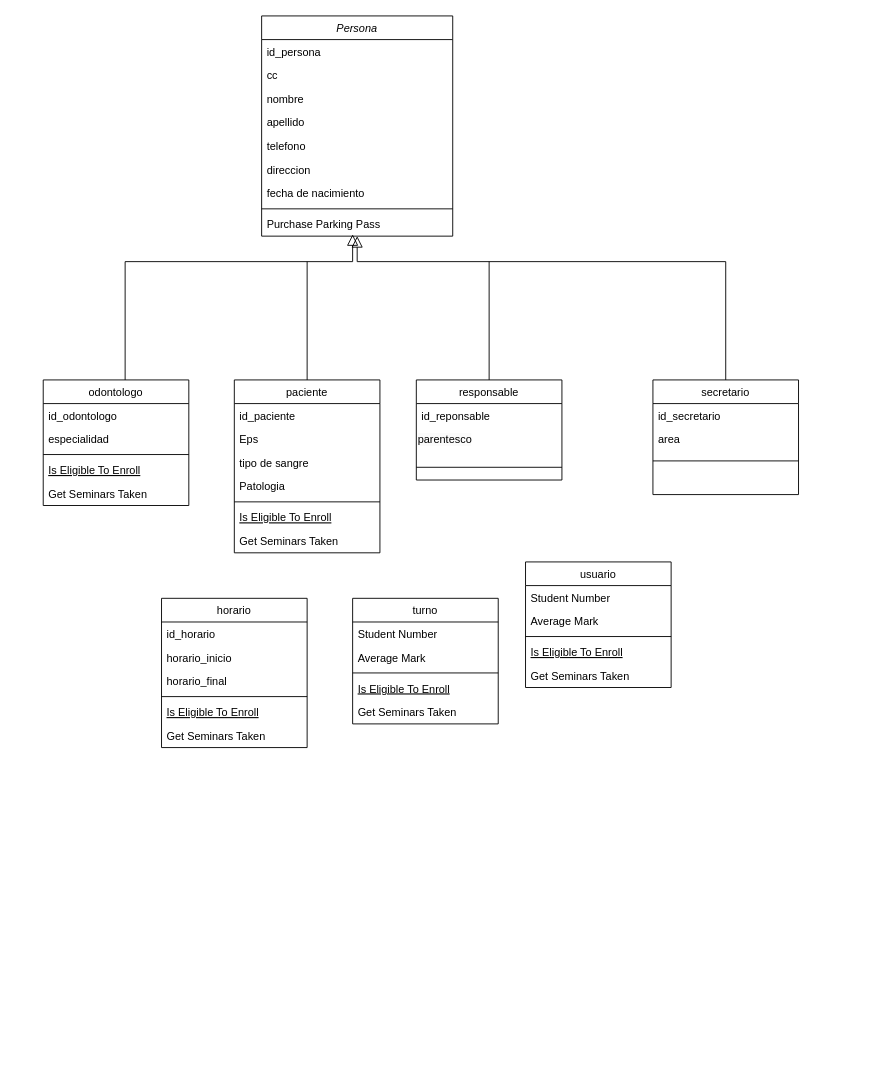
Above: Sistema_odontologia.drawio in JuanC0097/Odontologia (draw.io), before the change. Source tidied: cells renumbered, new cells numbered last; positions are measured from the earlier drawing's top-left corner, leaving out a move shared by most shapes. Both pictures are drawn from the tidied source at 91%, with x=0, y=0 at pixel (43, 15).
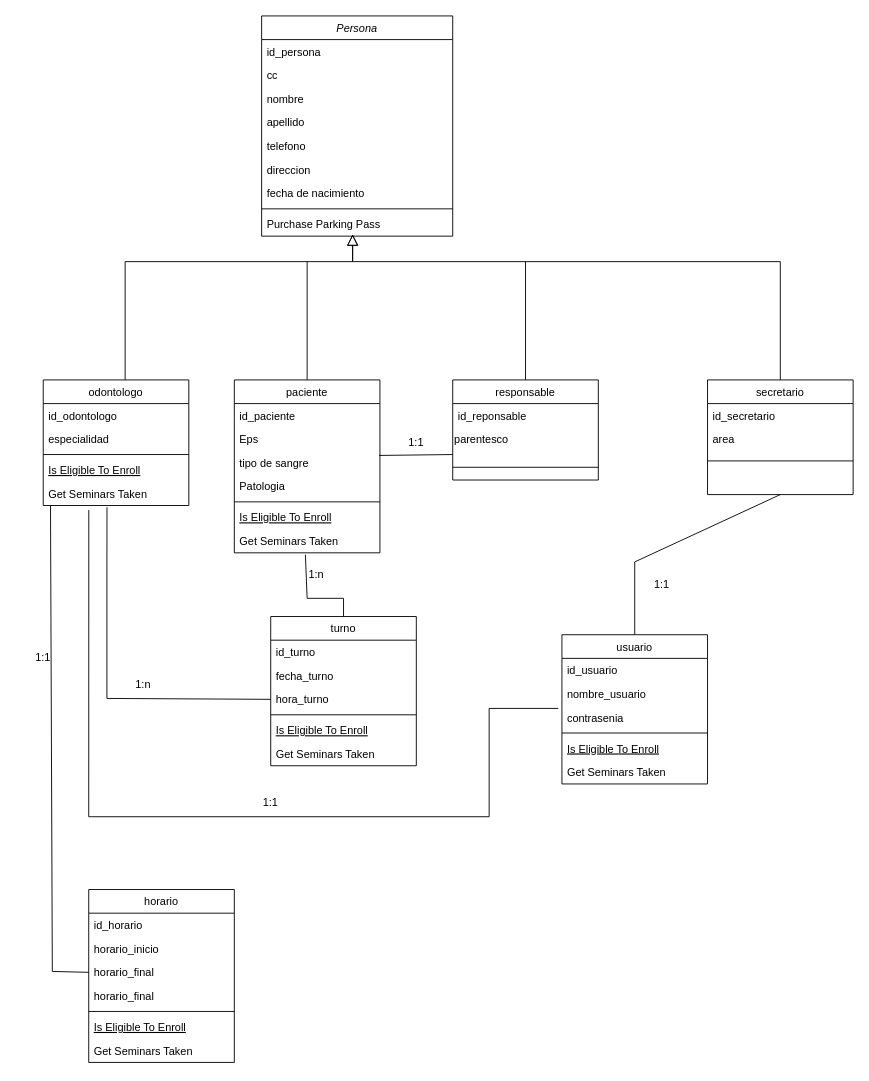
Above is the later version.

Unchanged cells that the change refers to:
```xml
<mxCell id="2" value="Persona" style="swimlane;fontStyle=2;align=center;verticalAlign=top;horizontal=1;startSize=26;rounded=0;shadow=0;strokeWidth=1;" parent="1" vertex="1">
  <mxGeometry x="240" width="210" height="242" as="geometry" />
</mxCell>
<mxCell id="17" value="Get Seminars Taken" style="text;align=left;verticalAlign=top;spacingLeft=4;spacingRight=4;overflow=hidden;points=[[0,0.5],[1,0.5]];portConstraint=eastwest;" parent="12" vertex="1">
  <mxGeometry y="112" width="160" height="26" as="geometry" />
</mxCell>
<mxCell id="27" value="tipo de sangre" style="text;align=left;verticalAlign=top;spacingLeft=4;spacingRight=4;overflow=hidden;points=[[0,0.5],[1,0.5]];portConstraint=eastwest;" parent="24" vertex="1">
  <mxGeometry y="78" width="160" height="26" as="geometry" />
</mxCell>
<mxCell id="31" value="Get Seminars Taken" style="text;align=left;verticalAlign=top;spacingLeft=4;spacingRight=4;overflow=hidden;points=[[0,0.5],[1,0.5]];portConstraint=eastwest;" parent="24" vertex="1">
  <mxGeometry y="164" width="160" height="26" as="geometry" />
</mxCell>
<mxCell id="34" value="&lt;span style=&quot;color: rgb(0, 0, 0); font-family: Helvetica; font-size: 12px; font-style: normal; font-variant-ligatures: normal; font-variant-caps: normal; font-weight: 400; letter-spacing: normal; orphans: 2; text-align: left; text-indent: 0px; text-transform: none; widows: 2; word-spacing: 0px; -webkit-text-stroke-width: 0px; background-color: rgb(251, 251, 251); text-decoration-thickness: initial; text-decoration-style: initial; text-decoration-color: initial; float: none; display: inline !important;&quot;&gt;parentesco&lt;/span&gt;" style="text;whiteSpace=wrap;html=1;" parent="32" vertex="1">
  <mxGeometry y="52" width="160" height="40" as="geometry" />
</mxCell>
<mxCell id="53" value="horario_final" style="text;align=left;verticalAlign=top;spacingLeft=4;spacingRight=4;overflow=hidden;points=[[0,0.5],[1,0.5]];portConstraint=eastwest;rounded=0;shadow=0;html=0;" parent="50" vertex="1">
  <mxGeometry y="78" width="160" height="26" as="geometry" />
</mxCell>
```

What changed in the source:
```diff
@@
     <mxCell id="19" value="secretario" style="swimlane;fontStyle=0;align=center;verticalAlign=top;horizontal=1;startSize=26;rounded=0;shadow=0;strokeWidth=1;" parent="1" vertex="1">
-      <mxGeometry x="670" y="400" width="160" height="126" as="geometry" />
+      <mxGeometry x="730" y="400" width="160" height="126" as="geometry" />
     </mxCell>
@@
-    <mxCell id="23" style="endArrow=block;endSize=10;endFill=0;shadow=0;strokeWidth=1;rounded=0;edgeStyle=elbowEdgeStyle;elbow=vertical;" parent="1" edge="1" source="19" target="2">
+    <mxCell id="23" style="endArrow=block;endSize=10;endFill=0;shadow=0;strokeWidth=1;rounded=0;edgeStyle=elbowEdgeStyle;elbow=vertical;" parent="1" edge="1" source="19">
       <mxGeometry relative="1" as="geometry">
+        <mxPoint x="340" y="240" as="targetPoint" />
         <Array as="points">
           <mxPoint x="510" y="270" />
         </Array>
       </mxGeometry>
     </mxCell>
@@
     <mxCell id="32" value="responsable" style="swimlane;fontStyle=0;align=center;verticalAlign=top;horizontal=1;startSize=26;rounded=0;shadow=0;strokeWidth=1;" parent="1" vertex="1">
-      <mxGeometry x="410" y="400" width="160" height="110" as="geometry" />
+      <mxGeometry x="450" y="400" width="160" height="110" as="geometry" />
     </mxCell>
@@
-    <mxCell id="37" style="endArrow=none;html=1;rounded=0;exitX=0.5;exitY=0;exitDx=0;exitDy=0;" parent="1" edge="1">
+    <mxCell id="37" style="endArrow=none;html=1;rounded=0;exitX=0.5;exitY=0;exitDx=0;exitDy=0;" parent="1" edge="1" source="32">
       <mxGeometry relative="1" as="geometry">
-        <mxPoint x="490" y="400" as="sourcePoint" />
-        <mxPoint x="490" y="270" as="targetPoint" />
+        <mxPoint x="530" y="270" as="targetPoint" />
       </mxGeometry>
     </mxCell>
     <mxCell id="38" value="turno&#10;" style="swimlane;fontStyle=0;align=center;verticalAlign=top;horizontal=1;startSize=26;rounded=0;shadow=0;strokeWidth=1;" parent="1" vertex="1">
-      <mxGeometry x="340" y="640" width="160" height="138" as="geometry" />
+      <mxGeometry x="250" y="660" width="160" height="164" as="geometry" />
     </mxCell>
-    <mxCell id="39" value="Student Number" style="text;align=left;verticalAlign=top;spacingLeft=4;spacingRight=4;overflow=hidden;" parent="38" vertex="1">
+    <mxCell id="39" value="id_turno" style="text;align=left;verticalAlign=top;spacingLeft=4;spacingRight=4;overflow=hidden;" parent="38" vertex="1">
       <mxGeometry y="26" width="160" height="26" as="geometry" />
     </mxCell>
-    <mxCell id="40" value="Average Mark" style="text;align=left;verticalAlign=top;spacingLeft=4;spacingRight=4;overflow=hidden;rounded=0;shadow=0;html=0;" parent="38" vertex="1">
+    <mxCell id="40" value="fecha_turno" style="text;align=left;verticalAlign=top;spacingLeft=4;spacingRight=4;overflow=hidden;rounded=0;shadow=0;html=0;" parent="38" vertex="1">
       <mxGeometry y="52" width="160" height="26" as="geometry" />
     </mxCell>
+    <mxCell id="57" value="hora_turno" style="text;align=left;verticalAlign=top;spacingLeft=4;spacingRight=4;overflow=hidden;points=[[0,0.5],[1,0.5]];portConstraint=eastwest;rounded=0;shadow=0;html=0;" parent="38" vertex="1">
+      <mxGeometry y="78" width="160" height="26" as="geometry" />
+    </mxCell>
     <mxCell id="41" style="line;html=1;strokeWidth=1;align=left;verticalAlign=middle;spacingTop=-1;spacingLeft=3;spacingRight=3;labelPosition=right;" parent="38" vertex="1">
-      <mxGeometry y="78" width="160" height="8" as="geometry" />
+      <mxGeometry y="104" width="160" height="8" as="geometry" />
     </mxCell>
     <mxCell id="42" value="Is Eligible To Enroll" style="text;align=left;verticalAlign=top;spacingLeft=4;spacingRight=4;overflow=hidden;fontStyle=4;" parent="38" vertex="1">
-      <mxGeometry y="86" width="160" height="26" as="geometry" />
+      <mxGeometry y="112" width="160" height="26" as="geometry" />
     </mxCell>
     <mxCell id="43" value="Get Seminars Taken" style="text;align=left;verticalAlign=top;spacingLeft=4;spacingRight=4;overflow=hidden;" parent="38" vertex="1">
-      <mxGeometry y="112" width="160" height="26" as="geometry" />
+      <mxGeometry y="138" width="160" height="26" as="geometry" />
     </mxCell>
     <mxCell id="44" value="usuario" style="swimlane;fontStyle=0;align=center;verticalAlign=top;horizontal=1;startSize=26;rounded=0;shadow=0;strokeWidth=1;" parent="1" vertex="1">
-      <mxGeometry x="530" y="600" width="160" height="138" as="geometry" />
+      <mxGeometry x="570" y="680" width="160" height="164" as="geometry" />
     </mxCell>
-    <mxCell id="45" value="Student Number" style="text;align=left;verticalAlign=top;spacingLeft=4;spacingRight=4;overflow=hidden;" parent="44" vertex="1">
+    <mxCell id="45" value="id_usuario" style="text;align=left;verticalAlign=top;spacingLeft=4;spacingRight=4;overflow=hidden;" parent="44" vertex="1">
       <mxGeometry y="26" width="160" height="26" as="geometry" />
     </mxCell>
-    <mxCell id="46" value="Average Mark" style="text;align=left;verticalAlign=top;spacingLeft=4;spacingRight=4;overflow=hidden;rounded=0;shadow=0;html=0;" parent="44" vertex="1">
+    <mxCell id="46" value="nombre_usuario" style="text;align=left;verticalAlign=top;spacingLeft=4;spacingRight=4;overflow=hidden;rounded=0;shadow=0;html=0;" parent="44" vertex="1">
       <mxGeometry y="52" width="160" height="26" as="geometry" />
     </mxCell>
+    <mxCell id="58" value="contrasenia" style="text;align=left;verticalAlign=top;spacingLeft=4;spacingRight=4;overflow=hidden;points=[[0,0.5],[1,0.5]];portConstraint=eastwest;rounded=0;shadow=0;html=0;" parent="44" vertex="1">
+      <mxGeometry y="78" width="160" height="26" as="geometry" />
+    </mxCell>
     <mxCell id="47" style="line;html=1;strokeWidth=1;align=left;verticalAlign=middle;spacingTop=-1;spacingLeft=3;spacingRight=3;labelPosition=right;" parent="44" vertex="1">
-      <mxGeometry y="78" width="160" height="8" as="geometry" />
+      <mxGeometry y="104" width="160" height="8" as="geometry" />
     </mxCell>
     <mxCell id="48" value="Is Eligible To Enroll" style="text;align=left;verticalAlign=top;spacingLeft=4;spacingRight=4;overflow=hidden;fontStyle=4;" parent="44" vertex="1">
-      <mxGeometry y="86" width="160" height="26" as="geometry" />
+      <mxGeometry y="112" width="160" height="26" as="geometry" />
     </mxCell>
     <mxCell id="49" value="Get Seminars Taken" style="text;align=left;verticalAlign=top;spacingLeft=4;spacingRight=4;overflow=hidden;" parent="44" vertex="1">
-      <mxGeometry y="112" width="160" height="26" as="geometry" />
+      <mxGeometry y="138" width="160" height="26" as="geometry" />
     </mxCell>
     <mxCell id="50" value="horario" style="swimlane;fontStyle=0;align=center;verticalAlign=top;horizontal=1;startSize=26;rounded=0;shadow=0;strokeWidth=1;" parent="1" vertex="1">
-      <mxGeometry x="130" y="640" width="160" height="164" as="geometry" />
+      <mxGeometry x="50" y="960" width="160" height="190" as="geometry" />
     </mxCell>
@@
+    <mxCell id="59" value="horario_final" style="text;align=left;verticalAlign=top;spacingLeft=4;spacingRight=4;overflow=hidden;rounded=0;shadow=0;html=0;" parent="50" vertex="1">
+      <mxGeometry y="104" width="160" height="26" as="geometry" />
+    </mxCell>
     <mxCell id="54" style="line;html=1;strokeWidth=1;align=left;verticalAlign=middle;spacingTop=-1;spacingLeft=3;spacingRight=3;labelPosition=right;" parent="50" vertex="1">
-      <mxGeometry y="104" width="160" height="8" as="geometry" />
+      <mxGeometry y="130" width="160" height="8" as="geometry" />
     </mxCell>
     <mxCell id="55" value="Is Eligible To Enroll" style="text;align=left;verticalAlign=top;spacingLeft=4;spacingRight=4;overflow=hidden;fontStyle=4;" parent="50" vertex="1">
-      <mxGeometry y="112" width="160" height="26" as="geometry" />
+      <mxGeometry y="138" width="160" height="26" as="geometry" />
     </mxCell>
     <mxCell id="56" value="Get Seminars Taken" style="text;align=left;verticalAlign=top;spacingLeft=4;spacingRight=4;overflow=hidden;" parent="50" vertex="1">
-      <mxGeometry y="138" width="160" height="26" as="geometry" />
+      <mxGeometry y="164" width="160" height="26" as="geometry" />
     </mxCell>
+    <mxCell id="60" style="endArrow=none;html=1;rounded=0;exitX=0.5;exitY=0;exitDx=0;exitDy=0;entryX=0.488;entryY=1.077;entryDx=0;entryDy=0;entryPerimeter=0;" parent="1" edge="1" source="38" target="31">
+      <mxGeometry relative="1" as="geometry">
+        <Array as="points">
+          <mxPoint x="330" y="640" />
+          <mxPoint x="290" y="640" />
+        </Array>
+      </mxGeometry>
+    </mxCell>
+    <mxCell id="61" style="endArrow=none;html=1;rounded=0;entryX=0.438;entryY=1.077;entryDx=0;entryDy=0;entryPerimeter=0;exitX=0;exitY=0.5;exitDx=0;exitDy=0;" parent="1" edge="1" source="57" target="17">
+      <mxGeometry relative="1" as="geometry">
+        <Array as="points">
+          <mxPoint x="70" y="750" />
+          <mxPoint x="70" y="600" />
+        </Array>
+      </mxGeometry>
+    </mxCell>
+    <mxCell id="62" value="1:n" style="text;html=1;strokeColor=none;fillColor=none;align=center;verticalAlign=middle;whiteSpace=wrap;rounded=0;" parent="1" vertex="1">
+      <mxGeometry x="80" y="720" width="60" height="30" as="geometry" />
+    </mxCell>
+    <mxCell id="63" value="&lt;span style=&quot;color: rgb(0, 0, 0); font-family: Helvetica; font-size: 12px; font-style: normal; font-variant-ligatures: normal; font-variant-caps: normal; font-weight: 400; letter-spacing: normal; orphans: 2; text-align: center; text-indent: 0px; text-transform: none; widows: 2; word-spacing: 0px; -webkit-text-stroke-width: 0px; background-color: rgb(251, 251, 251); text-decoration-thickness: initial; text-decoration-style: initial; text-decoration-color: initial; float: none; display: inline !important;&quot;&gt;1:n&lt;/span&gt;" style="text;whiteSpace=wrap;html=1;" parent="1" vertex="1">
+      <mxGeometry x="290" y="600" width="50" height="40" as="geometry" />
+    </mxCell>
+    <mxCell id="64" style="endArrow=none;html=1;rounded=0;exitX=0.994;exitY=0.192;exitDx=0;exitDy=0;exitPerimeter=0;entryX=0;entryY=0.75;entryDx=0;entryDy=0;" parent="1" edge="1" source="27" target="34">
+      <mxGeometry relative="1" as="geometry" />
+    </mxCell>
+    <mxCell id="65" value="1:1" style="text;html=1;strokeColor=none;fillColor=none;align=center;verticalAlign=middle;whiteSpace=wrap;rounded=0;" parent="1" vertex="1">
+      <mxGeometry x="380" y="454" width="60" height="30" as="geometry" />
+    </mxCell>
+    <mxCell id="66" style="endArrow=none;html=1;rounded=0;entryX=-0.025;entryY=0.115;entryDx=0;entryDy=0;entryPerimeter=0;exitX=0.313;exitY=1.192;exitDx=0;exitDy=0;exitPerimeter=0;" parent="1" edge="1" source="17" target="58">
+      <mxGeometry relative="1" as="geometry">
+        <Array as="points">
+          <mxPoint x="50" y="880" />
+          <mxPoint x="490" y="880" />
+          <mxPoint x="490" y="761" />
+        </Array>
+      </mxGeometry>
+    </mxCell>
+    <mxCell id="67" value="1:1" style="text;html=1;strokeColor=none;fillColor=none;align=center;verticalAlign=middle;whiteSpace=wrap;rounded=0;" parent="1" vertex="1">
+      <mxGeometry x="220" y="850" width="60" height="30" as="geometry" />
+    </mxCell>
+    <mxCell id="68" style="endArrow=none;html=1;rounded=0;entryX=0.5;entryY=1;entryDx=0;entryDy=0;exitX=0.5;exitY=0;exitDx=0;exitDy=0;" parent="1" edge="1" source="44" target="19">
+      <mxGeometry relative="1" as="geometry">
+        <Array as="points">
+          <mxPoint x="650" y="600" />
+        </Array>
+      </mxGeometry>
+    </mxCell>
+    <mxCell id="69" value="1:1" style="text;html=1;strokeColor=none;fillColor=none;align=center;verticalAlign=middle;whiteSpace=wrap;rounded=0;" parent="1" vertex="1">
+      <mxGeometry x="650" y="610" width="60" height="30" as="geometry" />
+    </mxCell>
+    <mxCell id="70" style="endArrow=none;html=1;rounded=0;exitX=0;exitY=0.5;exitDx=0;exitDy=0;entryX=0.05;entryY=1;entryDx=0;entryDy=0;entryPerimeter=0;" parent="1" edge="1" source="53" target="17">
+      <mxGeometry relative="1" as="geometry">
+        <Array as="points">
+          <mxPoint x="10" y="1050" />
+        </Array>
+      </mxGeometry>
+    </mxCell>
+    <mxCell id="71" value="1:1" style="text;html=1;strokeColor=none;fillColor=none;align=center;verticalAlign=middle;whiteSpace=wrap;rounded=0;" parent="1" vertex="1">
+      <mxGeometry x="-30" y="690" width="60" height="30" as="geometry" />
+    </mxCell>
```
